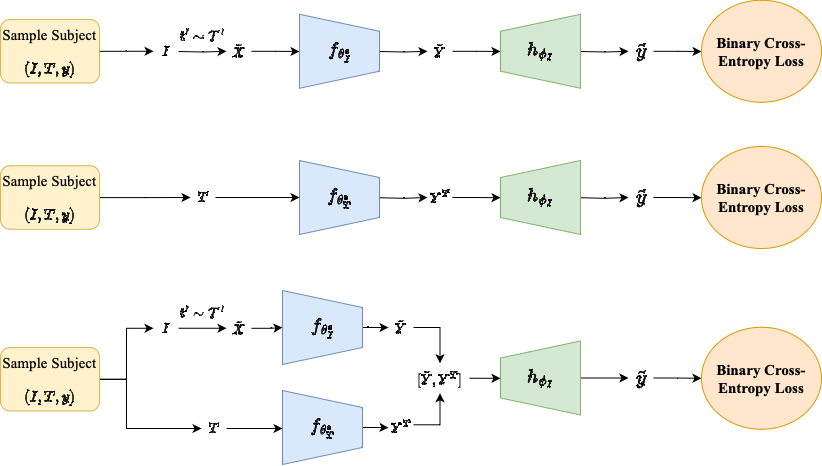
Vivano/amal-project keeps this draw.io diagram as fine-tuning.drawio.png. Above is the earlier version. Source tidied: cells renumbered, new cells last; positions are measured from the earlier drawing's top-left corner, leaving out a move shared by most shapes.
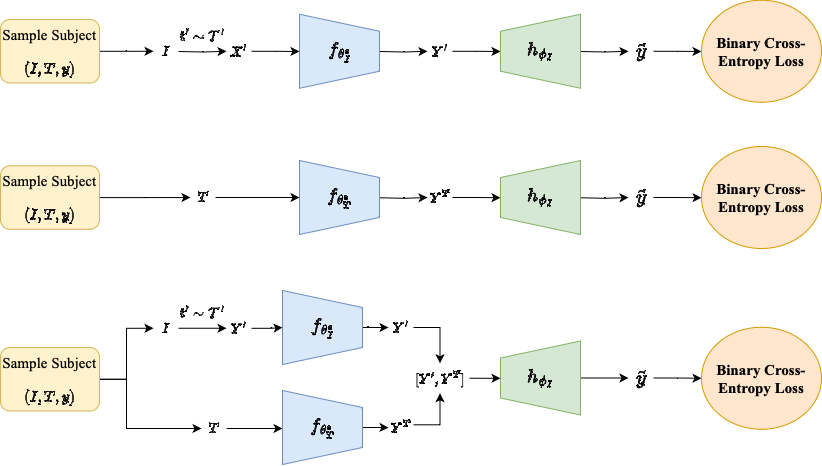
After the change.

Commit message:
Mettre à jour fine-tuning.drawio.png

The edit, as a diff of the source:
```diff
@@ -11,7 +11,7 @@
     <mxCell id="4" style="edgeStyle=orthogonalEdgeStyle;rounded=0;jettySize=auto;html=1;" parent="1" edge="1" source="5" target="7">
       <mxGeometry relative="1" as="geometry" />
     </mxCell>
-    <mxCell id="5" value="$$\tilde{X}$$" style="text;html=1;strokeColor=none;fillColor=none;align=center;verticalAlign=middle;whiteSpace=wrap;rounded=0;" parent="1" vertex="1">
+    <mxCell id="5" value="$$Y'$$" style="text;html=1;strokeColor=none;fillColor=none;align=center;verticalAlign=middle;whiteSpace=wrap;rounded=0;" parent="1" vertex="1">
       <mxGeometry x="226" y="312.8" width="25" height="30" as="geometry" />
     </mxCell>
     <mxCell id="6" style="edgeStyle=orthogonalEdgeStyle;rounded=0;jettySize=auto;html=1;" parent="1" edge="1" source="7" target="9">
@@ -27,7 +27,7 @@
         </Array>
       </mxGeometry>
     </mxCell>
-    <mxCell id="9" value="$$\tilde{Y}$$" style="text;html=1;strokeColor=none;fillColor=none;align=center;verticalAlign=middle;whiteSpace=wrap;rounded=0;" parent="1" vertex="1">
+    <mxCell id="9" value="$$Y'$$" style="text;html=1;strokeColor=none;fillColor=none;align=center;verticalAlign=middle;whiteSpace=wrap;rounded=0;" parent="1" vertex="1">
       <mxGeometry x="388" y="312" width="25" height="30" as="geometry" />
     </mxCell>
     <mxCell id="10" style="edgeStyle=orthogonalEdgeStyle;rounded=0;jettySize=auto;html=1;" parent="1" edge="1" source="11" target="13">
@@ -99,7 +99,7 @@
         <mxPoint x="299" y="51" as="targetPoint" />
       </mxGeometry>
     </mxCell>
-    <mxCell id="27" value="$$\tilde{X}$$" style="text;html=1;strokeColor=none;fillColor=none;align=center;verticalAlign=middle;whiteSpace=wrap;rounded=0;" parent="1" vertex="1">
+    <mxCell id="27" value="$$X'$$" style="text;html=1;strokeColor=none;fillColor=none;align=center;verticalAlign=middle;whiteSpace=wrap;rounded=0;" parent="1" vertex="1">
       <mxGeometry x="226" y="35.8" width="25" height="30" as="geometry" />
     </mxCell>
     <mxCell id="28" style="edgeStyle=orthogonalEdgeStyle;rounded=0;jettySize=auto;html=1;" parent="1" edge="1" target="30">
@@ -112,7 +112,7 @@
         <mxPoint x="500" y="51" as="targetPoint" />
       </mxGeometry>
     </mxCell>
-    <mxCell id="30" value="$$\tilde{Y}$$" style="text;html=1;strokeColor=none;fillColor=none;align=center;verticalAlign=middle;whiteSpace=wrap;rounded=0;" parent="1" vertex="1">
+    <mxCell id="30" value="$$Y'$$" style="text;html=1;strokeColor=none;fillColor=none;align=center;verticalAlign=middle;whiteSpace=wrap;rounded=0;" parent="1" vertex="1">
       <mxGeometry x="427" y="35.8" width="25" height="30" as="geometry" />
     </mxCell>
     <mxCell id="31" style="edgeStyle=orthogonalEdgeStyle;rounded=0;jettySize=auto;html=1;" parent="1" edge="1" target="33">
@@ -152,7 +152,7 @@
     <mxCell id="41" style="edgeStyle=orthogonalEdgeStyle;rounded=0;jettySize=auto;html=1;exitX=1;exitY=0.5;exitDx=0;exitDy=0;entryX=0.5;entryY=1;entryDx=0;entryDy=0;" parent="1" edge="1" source="42" target="11">
       <mxGeometry relative="1" as="geometry" />
     </mxCell>
-    <mxCell id="42" value="$$[\tilde{Y},Y^T]$$" style="text;html=1;strokeColor=none;fillColor=none;align=center;verticalAlign=middle;whiteSpace=wrap;rounded=0;" parent="1" vertex="1">
+    <mxCell id="42" value="$$[Y',Y^T]$$" style="text;html=1;strokeColor=none;fillColor=none;align=center;verticalAlign=middle;whiteSpace=wrap;rounded=0;" parent="1" vertex="1">
       <mxGeometry x="410" y="362.8" width="59" height="30" as="geometry" />
     </mxCell>
     <mxCell id="43" style="edgeStyle=orthogonalEdgeStyle;rounded=0;jettySize=auto;html=1;" parent="1" edge="1" target="45">
```
